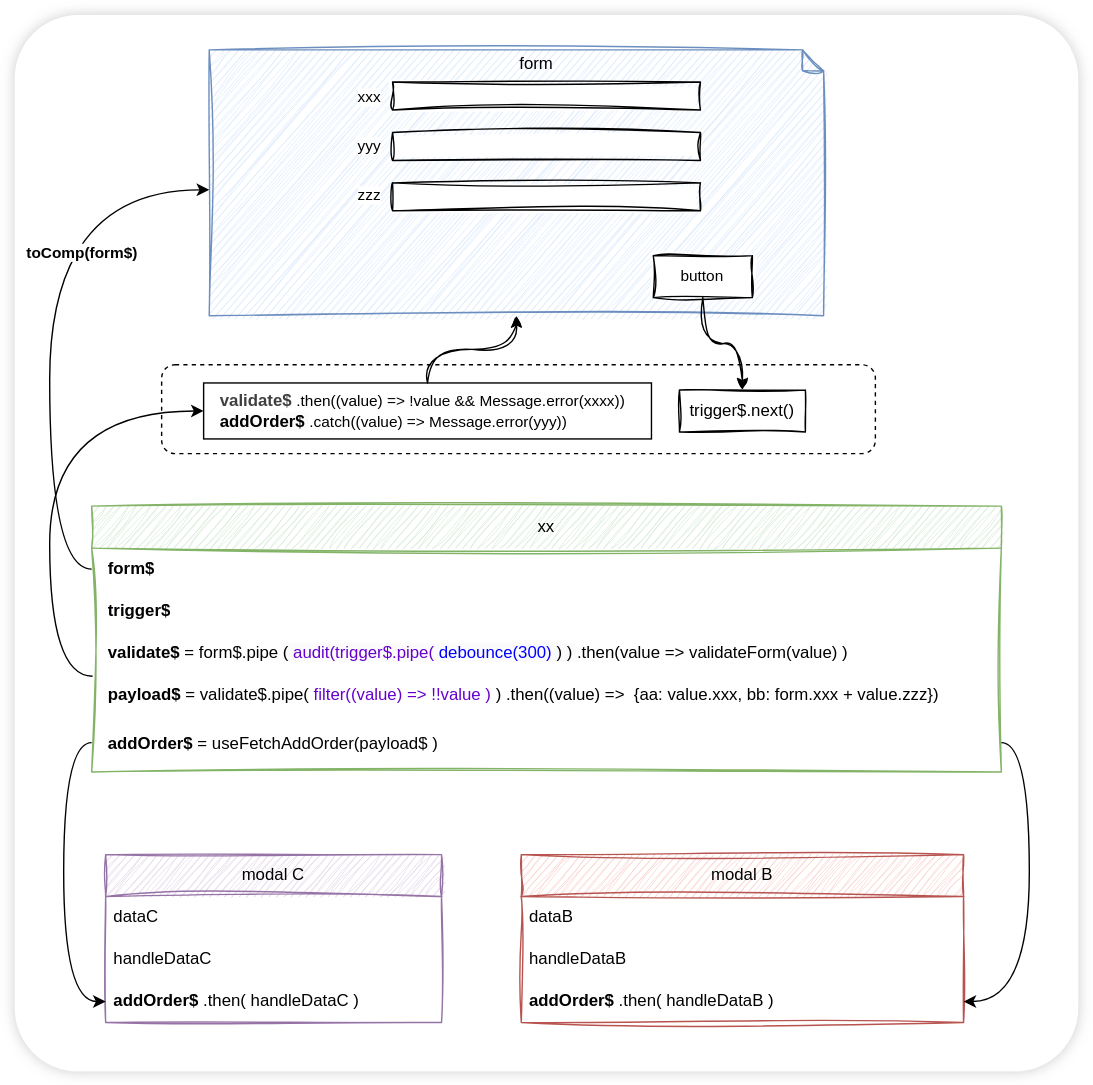
This is packages/public/stream-code.drawio.svg from fluthjs/fluth-vue, a draw.io export, as it was before one commit. Source tidied: cells renumbered, new cells last; positions are measured from the earlier drawing's top-left corner, leaving out a move shared by most shapes.
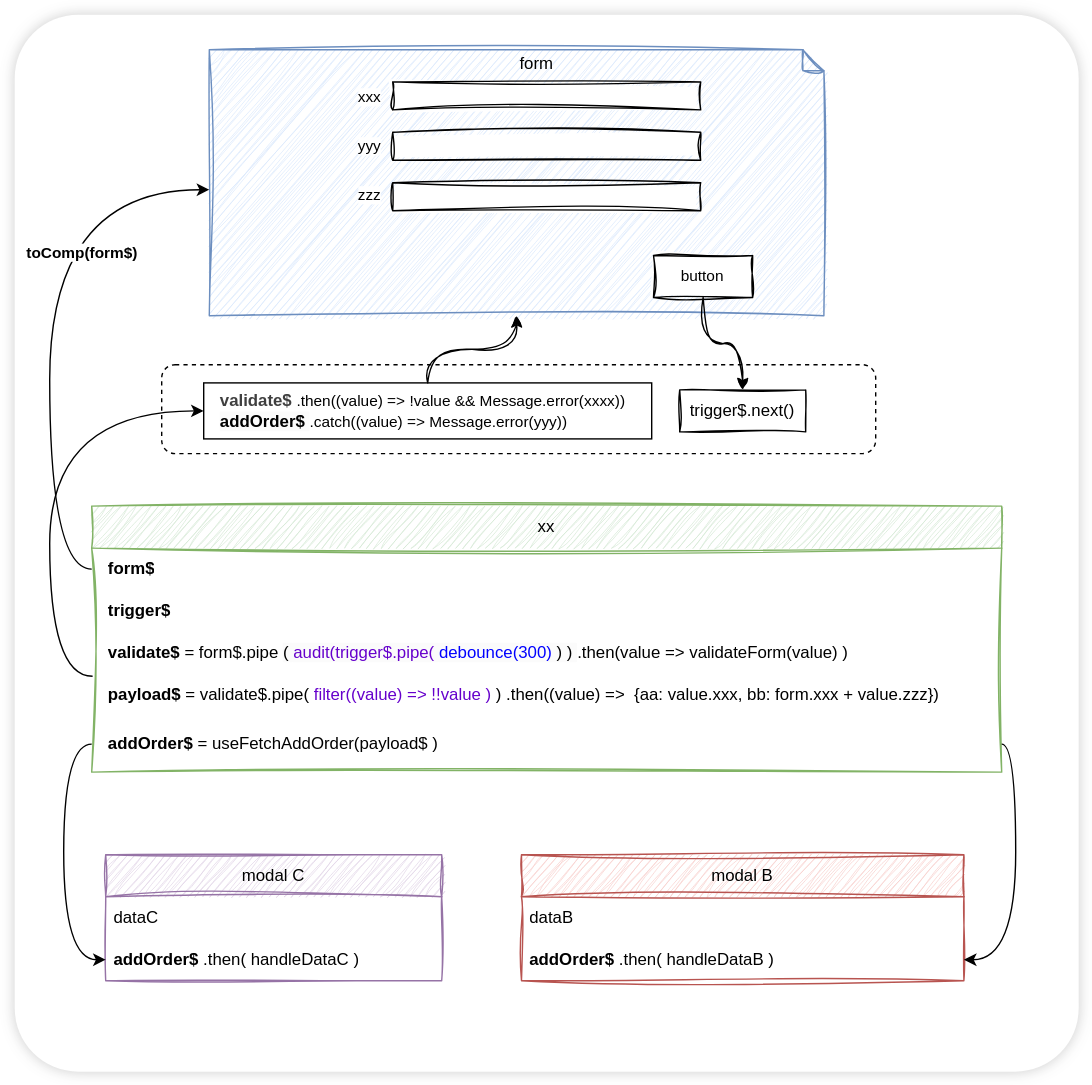
The same file after the commit.

Change to the diagram source:
```diff
@@ -9,28 +9,22 @@
       <mxGeometry x="139" y="25" width="439" height="190" as="geometry" />
     </mxCell>
     <mxCell id="4" value="modal B" style="swimlane;fontStyle=0;horizontal=1;startSize=30;whiteSpace=wrap;html=1;rounded=0;fillColor=#f8cecc;strokeColor=#b85450;sketch=1;curveFitting=1;jiggle=2;fontColor=#000000;" parent="1" vertex="1">
-      <mxGeometry x="362" y="600" width="316" height="120" as="geometry" />
+      <mxGeometry x="362" y="600" width="316" height="90" as="geometry" />
     </mxCell>
     <mxCell id="5" value="dataB" style="text;strokeColor=none;fillColor=none;align=left;verticalAlign=middle;spacingLeft=4;spacingRight=4;overflow=hidden;whiteSpace=wrap;html=1;rounded=0;sketch=1;curveFitting=1;jiggle=2;fontColor=#000000;fontStyle=0;" parent="4" vertex="1">
       <mxGeometry y="30" width="316" height="30" as="geometry" />
     </mxCell>
-    <mxCell id="6" value="&lt;font style=&quot;color: rgb(0, 0, 0);&quot;&gt;handleDataB&lt;/font&gt;" style="text;strokeColor=none;fillColor=none;align=left;verticalAlign=middle;spacingLeft=4;spacingRight=4;overflow=hidden;whiteSpace=wrap;html=1;rounded=0;sketch=1;curveFitting=1;jiggle=2;fontColor=#000000;fontStyle=0;" parent="4" vertex="1">
-      <mxGeometry y="60" width="316" height="30" as="geometry" />
-    </mxCell>
     <mxCell id="7" value="&lt;b&gt;addOrder$&lt;/b&gt;.then(&lt;span style=&quot;&quot;&gt;&lt;font style=&quot;color: rgb(0, 0, 0);&quot;&gt;handleDataB&lt;/font&gt;&lt;/span&gt;)" style="text;strokeColor=none;fillColor=none;align=left;verticalAlign=middle;spacingLeft=4;spacingRight=4;overflow=hidden;points=[[0,0.5],[1,0.5]];portConstraint=eastwest;whiteSpace=wrap;html=1;rounded=0;sketch=1;curveFitting=1;jiggle=2;fontColor=#000000;fontStyle=0;" parent="4" vertex="1">
-      <mxGeometry y="90" width="316" height="30" as="geometry" />
+      <mxGeometry y="60" width="316" height="30" as="geometry" />
     </mxCell>
     <mxCell id="8" value="modal C" style="swimlane;fontStyle=0;horizontal=1;startSize=30;whiteSpace=wrap;html=1;rounded=0;fillColor=#e1d5e7;strokeColor=#9673a6;sketch=1;curveFitting=1;jiggle=2;fontColor=#000000;" parent="1" vertex="1">
-      <mxGeometry x="65" y="600" width="240" height="120" as="geometry" />
+      <mxGeometry x="65" y="600" width="240" height="90" as="geometry" />
     </mxCell>
     <mxCell id="9" value="dataC" style="text;strokeColor=none;fillColor=none;align=left;verticalAlign=middle;spacingLeft=4;spacingRight=4;overflow=hidden;whiteSpace=wrap;html=1;rounded=0;sketch=1;curveFitting=1;jiggle=2;fontColor=#000000;fontStyle=0;" parent="8" vertex="1">
       <mxGeometry y="30" width="240" height="30" as="geometry" />
     </mxCell>
-    <mxCell id="10" value="handleDataC" style="text;strokeColor=none;fillColor=none;align=left;verticalAlign=middle;spacingLeft=4;spacingRight=4;overflow=hidden;whiteSpace=wrap;html=1;rounded=0;sketch=1;curveFitting=1;jiggle=2;fontColor=#000000;fontStyle=0;" parent="8" vertex="1">
-      <mxGeometry y="60" width="240" height="30" as="geometry" />
-    </mxCell>
     <mxCell id="11" value="&lt;b&gt;addOrder$&lt;/b&gt;.then(&lt;span style=&quot;&quot;&gt;handleDataC&lt;/span&gt;)" style="text;strokeColor=none;fillColor=none;align=left;verticalAlign=middle;spacingLeft=4;spacingRight=4;overflow=hidden;points=[[0,0.5],[1,0.5]];portConstraint=eastwest;whiteSpace=wrap;html=1;rounded=0;sketch=1;curveFitting=1;jiggle=2;fontColor=#000000;fontStyle=0;" parent="8" vertex="1">
-      <mxGeometry y="90" width="240" height="30" as="geometry" />
+      <mxGeometry y="60" width="240" height="30" as="geometry" />
     </mxCell>
     <mxCell id="12" value="xx" style="swimlane;fontStyle=0;horizontal=1;startSize=30;whiteSpace=wrap;html=1;glass=0;rounded=0;fillColor=#d5e8d4;strokeColor=#82b366;sketch=1;curveFitting=1;jiggle=2;fontColor=#000000;" parent="1" vertex="1">
       <mxGeometry x="55" y="351" width="650" height="190" as="geometry" />
@@ -71,22 +65,6 @@
     <mxCell id="24" style="edgeStyle=orthogonalEdgeStyle;shape=connector;curved=1;rounded=0;html=1;strokeColor=default;align=center;verticalAlign=middle;fontFamily=Helvetica;fontSize=11;fontColor=#000000;labelBackgroundColor=default;endArrow=classic;sketch=1;curveFitting=1;jiggle=2;fontStyle=0;entryX=0.5;entryY=0;entryDx=0;entryDy=0;" parent="18" edge="1" source="21" target="23">
       <mxGeometry relative="1" as="geometry" />
     </mxCell>
-    <mxCell id="25" style="edgeStyle=orthogonalEdgeStyle;shape=connector;curved=1;rounded=1;html=1;entryX=1;entryY=0.5;entryDx=0;entryDy=0;strokeColor=default;align=center;verticalAlign=middle;fontFamily=Helvetica;fontSize=11;fontColor=default;labelBackgroundColor=default;endArrow=classic;" parent="1" edge="1" source="17" target="7">
-      <mxGeometry relative="1" as="geometry">
-        <Array as="points">
-          <mxPoint x="725" y="520" />
-          <mxPoint x="725" y="705" />
-        </Array>
-      </mxGeometry>
-    </mxCell>
-    <mxCell id="26" style="edgeStyle=orthogonalEdgeStyle;shape=connector;curved=1;rounded=1;html=1;entryX=0;entryY=0.5;entryDx=0;entryDy=0;strokeColor=default;align=center;verticalAlign=middle;fontFamily=Helvetica;fontSize=11;fontColor=default;labelBackgroundColor=default;endArrow=classic;" parent="1" edge="1" source="17" target="11">
-      <mxGeometry relative="1" as="geometry">
-        <Array as="points">
-          <mxPoint x="35" y="520" />
-          <mxPoint x="35" y="705" />
-        </Array>
-      </mxGeometry>
-    </mxCell>
     <mxCell id="27" style="edgeStyle=orthogonalEdgeStyle;html=1;entryX=0;entryY=0.5;entryDx=0;entryDy=0;curved=1;exitX=0.001;exitY=0.052;exitDx=0;exitDy=0;exitPerimeter=0;" parent="1" edge="1" source="16" target="22">
       <mxGeometry relative="1" as="geometry">
         <Array as="points">
@@ -145,5 +123,21 @@
     <mxCell id="41" style="edgeStyle=orthogonalEdgeStyle;shape=connector;curved=1;rounded=1;html=1;strokeColor=default;align=center;verticalAlign=middle;fontFamily=Helvetica;fontSize=11;fontColor=default;labelBackgroundColor=default;endArrow=classic;sketch=1;curveFitting=1;jiggle=2;entryX=0.5;entryY=1;entryDx=0;entryDy=0;entryPerimeter=0;" parent="1" edge="1" source="22" target="3">
       <mxGeometry relative="1" as="geometry" />
     </mxCell>
+    <mxCell id="26" style="edgeStyle=orthogonalEdgeStyle;html=1;exitX=0;exitY=0.5;exitDx=0;exitDy=0;entryX=0;entryY=0.5;entryDx=0;entryDy=0;curved=1;" parent="1" edge="1" source="17" target="11">
+      <mxGeometry relative="1" as="geometry">
+        <Array as="points">
+          <mxPoint x="35" y="521" />
+          <mxPoint x="35" y="675" />
+        </Array>
+      </mxGeometry>
+    </mxCell>
+    <mxCell id="25" style="edgeStyle=orthogonalEdgeStyle;html=1;exitX=1;exitY=0.5;exitDx=0;exitDy=0;entryX=1;entryY=0.5;entryDx=0;entryDy=0;curved=1;" parent="1" edge="1" source="17" target="7">
+      <mxGeometry relative="1" as="geometry">
+        <Array as="points">
+          <mxPoint x="715" y="521" />
+          <mxPoint x="715" y="675" />
+        </Array>
+      </mxGeometry>
+    </mxCell>
   </root>
 </mxGraphModel>
```
